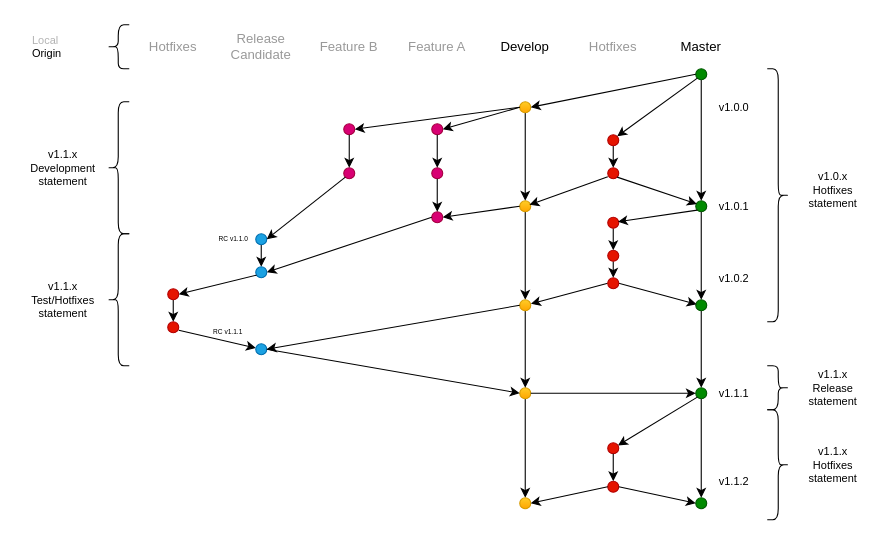
This is page "Page-1" (1 of 2) of gitflow1.drawio from bigkernel/docs, a draw.io file, before an edit. Source tidied: cells renumbered, new cells numbered last; positions are measured from the earlier drawing's top-left corner, leaving out a move shared by most shapes. Both pictures are drawn from the tidied source at 110%, with x=0, y=0 at pixel (30, 24).
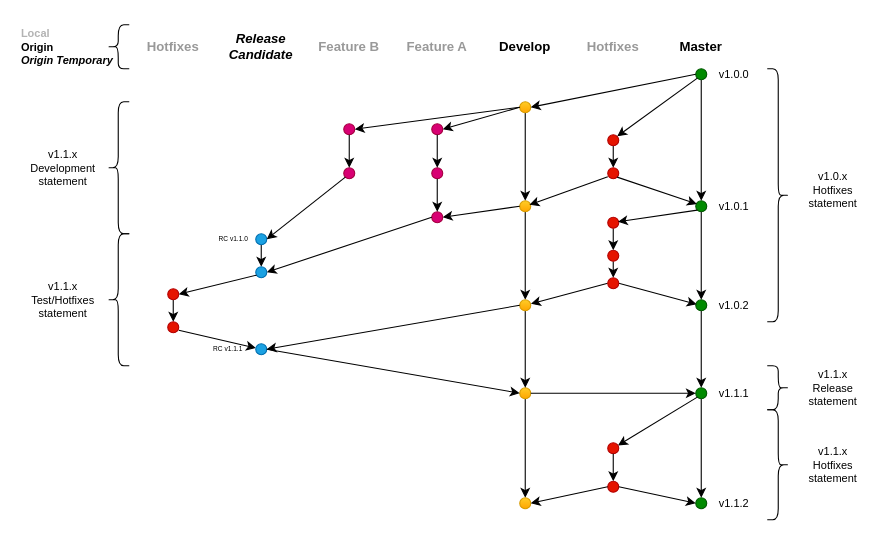
After the change.

What changed in the source:
```diff
@@
-    <mxCell id="2" value="Master" style="text;html=1;strokeColor=none;fillColor=none;align=center;verticalAlign=middle;whiteSpace=wrap;rounded=0;" parent="1" vertex="1">
+    <mxCell id="2" value="Master" style="text;html=1;strokeColor=none;fillColor=none;align=center;verticalAlign=middle;whiteSpace=wrap;rounded=0;fontStyle=1;" parent="1" vertex="1">
       <mxGeometry x="590" y="10" width="40" height="20" as="geometry" />
     </mxCell>
-    <mxCell id="3" value="Release Candidate" style="text;html=1;strokeColor=none;fillColor=none;align=center;verticalAlign=middle;whiteSpace=wrap;rounded=0;fontColor=#999999;" parent="1" vertex="1">
+    <mxCell id="3" value="Release Candidate" style="text;html=1;strokeColor=none;fillColor=none;align=center;verticalAlign=middle;whiteSpace=wrap;rounded=0;fontStyle=3;" parent="1" vertex="1">
       <mxGeometry x="190" y="10" width="40" height="20" as="geometry" />
     </mxCell>
-    <mxCell id="4" value="Feature A" style="text;html=1;strokeColor=none;fillColor=none;align=center;verticalAlign=middle;whiteSpace=wrap;rounded=0;fontColor=#999999;" parent="1" vertex="1">
+    <mxCell id="4" value="Feature A" style="text;html=1;strokeColor=none;fillColor=none;align=center;verticalAlign=middle;whiteSpace=wrap;rounded=0;fontColor=#999999;fontStyle=1;" parent="1" vertex="1">
       <mxGeometry x="340" y="10" width="60" height="20" as="geometry" />
     </mxCell>
-    <mxCell id="5" value="Develop" style="text;html=1;strokeColor=none;fillColor=none;align=center;verticalAlign=middle;whiteSpace=wrap;rounded=0;" parent="1" vertex="1">
+    <mxCell id="5" value="Develop" style="text;html=1;strokeColor=none;fillColor=none;align=center;verticalAlign=middle;whiteSpace=wrap;rounded=0;fontStyle=1;" parent="1" vertex="1">
       <mxGeometry x="430" y="10" width="40" height="20" as="geometry" />
     </mxCell>
-    <mxCell id="6" value="Hotfixes" style="text;html=1;strokeColor=none;fillColor=none;align=center;verticalAlign=middle;whiteSpace=wrap;rounded=0;fontColor=#999999;" parent="1" vertex="1">
+    <mxCell id="6" value="Hotfixes" style="text;html=1;strokeColor=none;fillColor=none;align=center;verticalAlign=middle;whiteSpace=wrap;rounded=0;fontColor=#999999;fontStyle=1;" parent="1" vertex="1">
       <mxGeometry x="100" y="10" width="60" height="20" as="geometry" />
     </mxCell>
@@
-    <mxCell id="12" value="Feature B" style="text;html=1;strokeColor=none;fillColor=none;align=center;verticalAlign=middle;whiteSpace=wrap;rounded=0;fontColor=#999999;" parent="1" vertex="1">
+    <mxCell id="12" value="Feature B" style="text;html=1;strokeColor=none;fillColor=none;align=center;verticalAlign=middle;whiteSpace=wrap;rounded=0;fontColor=#999999;fontStyle=1;" parent="1" vertex="1">
       <mxGeometry x="260" y="10" width="60" height="20" as="geometry" />
     </mxCell>
@@
     <mxCell id="15" value="v1.0.0" style="text;html=1;strokeColor=none;fillColor=none;align=center;verticalAlign=middle;whiteSpace=wrap;rounded=0;fontSize=10;" parent="1" vertex="1">
-      <mxGeometry x="620" y="65" width="40" height="20" as="geometry" />
+      <mxGeometry x="620" y="35" width="40" height="20" as="geometry" />
     </mxCell>
@@
     <mxCell id="36" value="RC v1.1.1" style="text;html=1;strokeColor=none;fillColor=none;align=center;verticalAlign=middle;whiteSpace=wrap;rounded=0;fontSize=6;" parent="1" vertex="1">
-      <mxGeometry x="160" y="270" width="40" height="20" as="geometry" />
+      <mxGeometry x="160" y="285" width="40" height="20" as="geometry" />
     </mxCell>
@@
-    <mxCell id="44" value="Hotfixes" style="text;html=1;strokeColor=none;fillColor=none;align=center;verticalAlign=middle;whiteSpace=wrap;rounded=0;fontColor=#999999;" parent="1" vertex="1">
+    <mxCell id="44" value="Hotfixes" style="text;html=1;strokeColor=none;fillColor=none;align=center;verticalAlign=middle;whiteSpace=wrap;rounded=0;fontColor=#999999;fontStyle=1;" parent="1" vertex="1">
       <mxGeometry x="500" y="10" width="60" height="20" as="geometry" />
     </mxCell>
@@
     <mxCell id="61" value="v1.0.2" style="text;html=1;strokeColor=none;fillColor=none;align=center;verticalAlign=middle;whiteSpace=wrap;rounded=0;fontSize=10;" parent="1" vertex="1">
-      <mxGeometry x="620" y="220" width="40" height="20" as="geometry" />
+      <mxGeometry x="620" y="245" width="40" height="20" as="geometry" />
     </mxCell>
@@
     <mxCell id="74" value="v1.1.2" style="text;html=1;strokeColor=none;fillColor=none;align=center;verticalAlign=middle;whiteSpace=wrap;rounded=0;fontSize=10;" parent="1" vertex="1">
-      <mxGeometry x="620" y="405" width="40" height="20" as="geometry" />
+      <mxGeometry x="620" y="425" width="40" height="20" as="geometry" />
     </mxCell>
@@
-    <mxCell id="89" value="&lt;font color=&quot;#b3b3b3&quot;&gt;Local&lt;/font&gt;&lt;br&gt;Origin" style="text;html=1;strokeColor=none;fillColor=none;align=left;verticalAlign=middle;whiteSpace=wrap;rounded=0;fontSize=10;fontColor=#000000;" parent="1" vertex="1">
-      <mxGeometry width="60" height="40" as="geometry" />
+    <mxCell id="89" value="&lt;font color=&quot;#b3b3b3&quot;&gt;Local&lt;/font&gt;&lt;br&gt;Origin&lt;br&gt;&lt;i&gt;Origin Temporary&lt;/i&gt;" style="text;html=1;strokeColor=none;fillColor=none;align=left;verticalAlign=middle;whiteSpace=wrap;rounded=0;fontSize=10;fontColor=#000000;fontStyle=1;" parent="1" vertex="1">
+      <mxGeometry x="-10" y="-5" width="100" height="50" as="geometry" />
     </mxCell>
```
